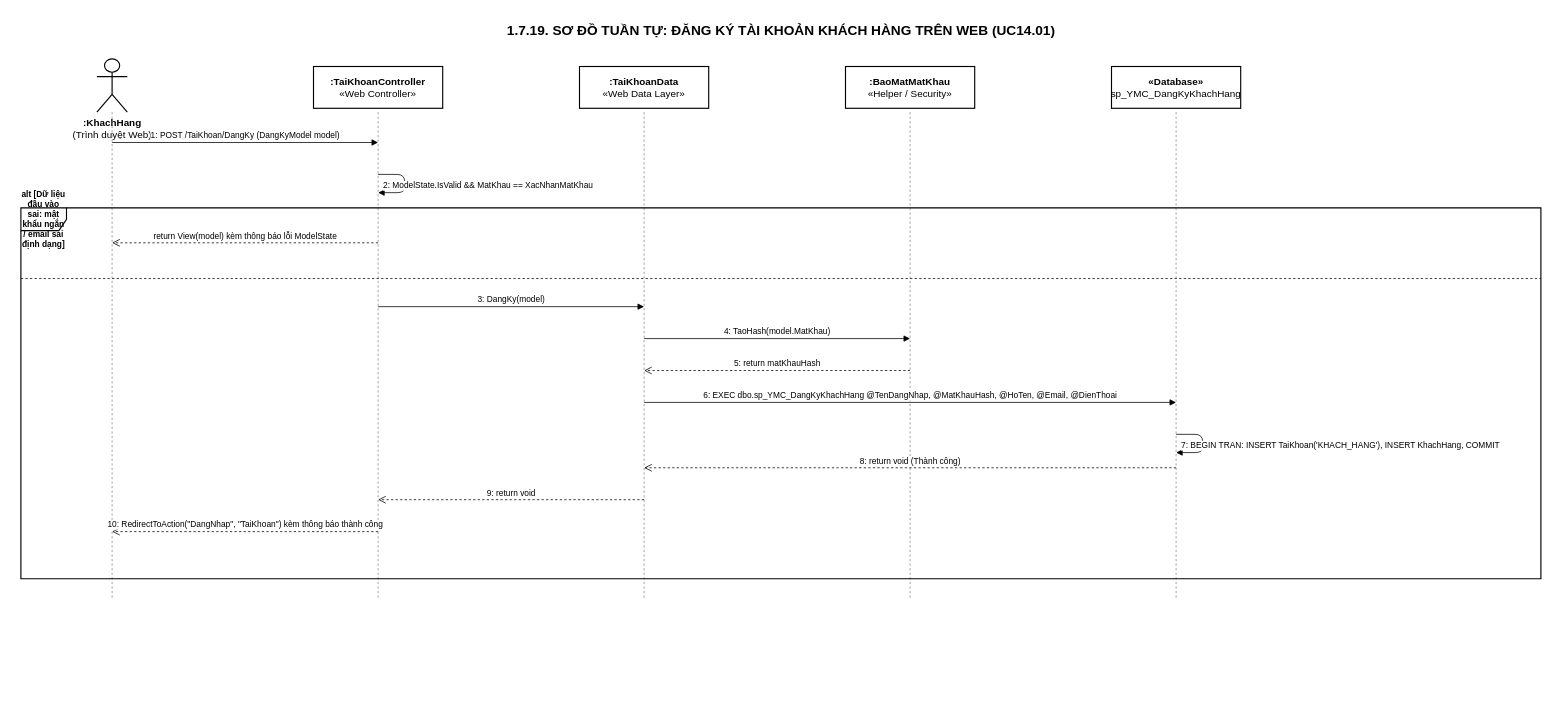
This is Docs/Diagrams/23-Sequence-19-DangKyWeb.drawio from ThanhDat-png/YeuMinhEmCinema, a draw.io file, before an edit. Source tidied: cells renumbered, new cells numbered last; positions are measured from the earlier drawing's top-left corner, leaving out a move shared by most shapes. Both pictures are drawn from the tidied source at 76%, with x=0, y=0 at pixel (21, 17).
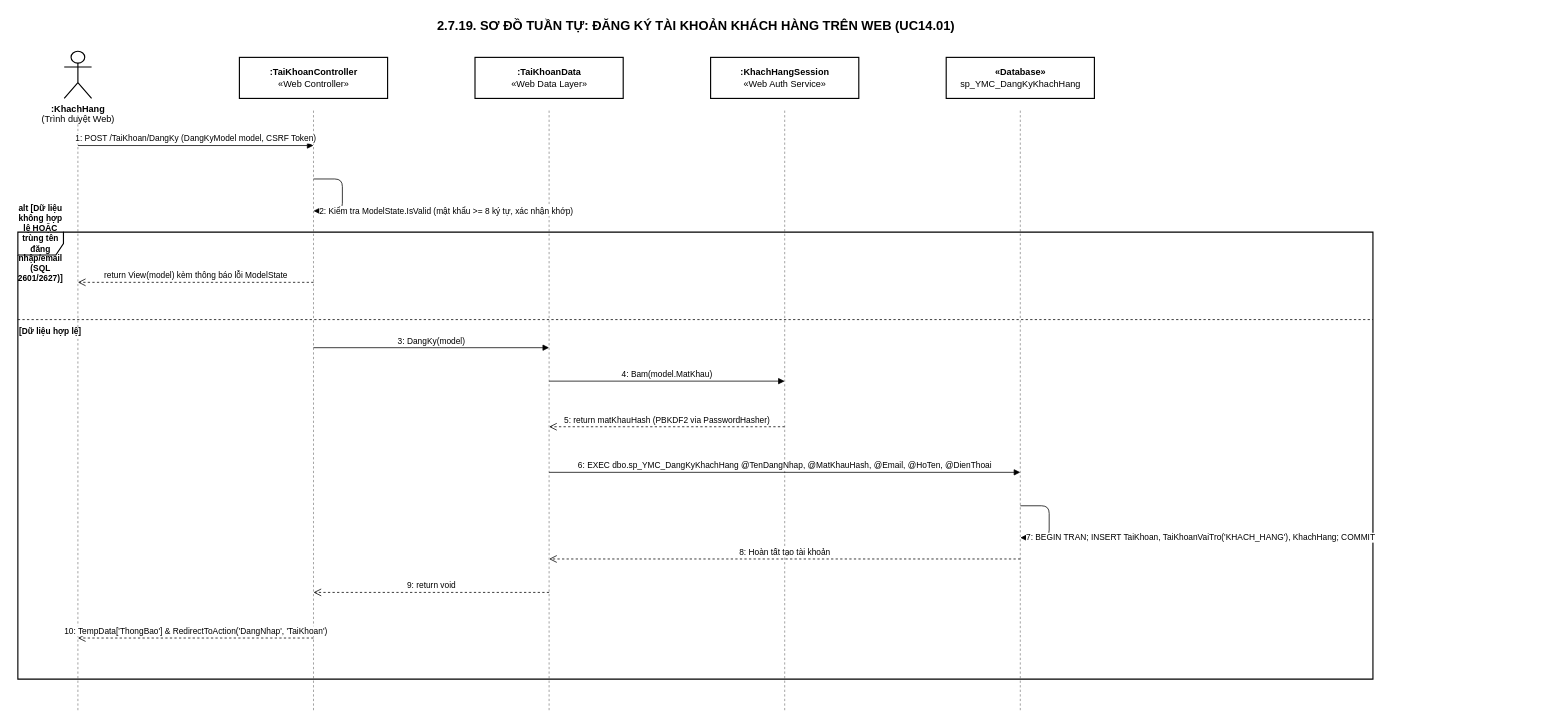
The same diagram, later.

The edit, as a diff of the source:
```diff
@@
-    <mxCell id="2" value="1.7.19. SƠ ĐỒ TUẦN TỰ: ĐĂNG KÝ TÀI KHOẢN KHÁCH HÀNG TRÊN WEB (UC14.01)" style="text;html=1;align=center;verticalAlign=middle;fontFamily=Arial;fontSize=18;fontStyle=1;fontColor=#000000;fillColor=none;strokeColor=none;" parent="1" vertex="1">
-      <mxGeometry x="10" width="1980" height="35" as="geometry" />
+    <mxCell id="2" value="2.7.19. SƠ ĐỒ TUẦN TỰ: ĐĂNG KÝ TÀI KHOẢN KHÁCH HÀNG TRÊN WEB (UC14.01)" style="text;html=1;align=center;verticalAlign=middle;fontFamily=Arial;fontSize=17;fontStyle=1;fontColor=#000000;fillColor=none;strokeColor=none;" parent="1" vertex="1">
+      <mxGeometry x="-10" y="-5" width="1795" height="34" as="geometry" />
     </mxCell>
-    <mxCell id="3" value="&lt;b&gt;:KhachHang&lt;/b&gt;&lt;br&gt;(Trình duyệt Web)" style="shape=umlActor;verticalLabelPosition=bottom;verticalAlign=top;html=1;fontFamily=Arial;fontSize=13;fontColor=#000000;strokeColor=#000000;strokeWidth=1.5;fillColor=#ffffff;" parent="1" vertex="1">
-      <mxGeometry x="100" y="55" width="40" height="70" as="geometry" />
+    <mxCell id="3" value="&lt;b&gt;:KhachHang&lt;/b&gt;&lt;br&gt;(Trình duyệt Web)" style="shape=umlActor;verticalLabelPosition=bottom;verticalAlign=top;html=1;fontFamily=Arial;fontSize=12;fontColor=#000000;strokeColor=#000000;strokeWidth=1.5;fillColor=#ffffff;" parent="1" vertex="1">
+      <mxGeometry x="57" y="45" width="36" height="62" as="geometry" />
     </mxCell>
-    <mxCell id="4" style="line;strokeWidth=1;dashed=1;labelPosition=top;verticalLabelPosition=bottom;align=center;verticalAlign=top;strokeColor=#888888;direction=south;" parent="1" vertex="1">
-      <mxGeometry x="115" y="125" width="10" height="640" as="geometry" />
-    </mxCell>
+    <mxCell id="26" style="line;strokeWidth=1;dashed=1;strokeColor=#888888;direction=south;" parent="1" vertex="1">
+      <mxGeometry x="70" y="123" width="10" height="789" as="geometry" />
+    </mxCell>
-    <mxCell id="5" value="&lt;b&gt;:TaiKhoanController&lt;/b&gt;&lt;br&gt;«Web Controller»" style="rounded=0;whiteSpace=wrap;html=1;fontFamily=Arial;fontSize=13;fillColor=#ffffff;strokeColor=#000000;strokeWidth=1.5;fontColor=#000000;" parent="1" vertex="1">
-      <mxGeometry x="385" y="65" width="170" height="55" as="geometry" />
+    <mxCell id="5" value="&lt;b&gt;:TaiKhoanController&lt;/b&gt;&lt;br&gt;«Web Controller»" style="rounded=0;whiteSpace=wrap;html=1;fontFamily=Arial;fontSize=12;fillColor=#ffffff;strokeColor=#000000;strokeWidth=1.5;fontColor=#000000;" parent="1" vertex="1">
+      <mxGeometry x="287.5" y="53" width="195" height="54" as="geometry" />
     </mxCell>
-    <mxCell id="6" style="line;strokeWidth=1;dashed=1;labelPosition=top;verticalLabelPosition=bottom;align=center;verticalAlign=top;strokeColor=#888888;direction=south;" parent="1" vertex="1">
-      <mxGeometry x="465" y="125" width="10" height="640" as="geometry" />
-    </mxCell>
+    <mxCell id="27" style="line;strokeWidth=1;dashed=1;strokeColor=#888888;direction=south;" parent="1" vertex="1">
+      <mxGeometry x="380" y="123" width="10" height="789" as="geometry" />
+    </mxCell>
-    <mxCell id="7" value="&lt;b&gt;:TaiKhoanData&lt;/b&gt;&lt;br&gt;«Web Data Layer»" style="rounded=0;whiteSpace=wrap;html=1;fontFamily=Arial;fontSize=13;fillColor=#ffffff;strokeColor=#000000;strokeWidth=1.5;fontColor=#000000;" parent="1" vertex="1">
-      <mxGeometry x="735" y="65" width="170" height="55" as="geometry" />
+    <mxCell id="7" value="&lt;b&gt;:TaiKhoanData&lt;/b&gt;&lt;br&gt;«Web Data Layer»" style="rounded=0;whiteSpace=wrap;html=1;fontFamily=Arial;fontSize=12;fillColor=#ffffff;strokeColor=#000000;strokeWidth=1.5;fontColor=#000000;" parent="1" vertex="1">
+      <mxGeometry x="597.5" y="53" width="195" height="54" as="geometry" />
     </mxCell>
-    <mxCell id="8" style="line;strokeWidth=1;dashed=1;labelPosition=top;verticalLabelPosition=bottom;align=center;verticalAlign=top;strokeColor=#888888;direction=south;" parent="1" vertex="1">
-      <mxGeometry x="815" y="125" width="10" height="640" as="geometry" />
-    </mxCell>
-    <mxCell id="9" value="&lt;b&gt;:BaoMatMatKhau&lt;/b&gt;&lt;br&gt;«Helper / Security»" style="rounded=0;whiteSpace=wrap;html=1;fontFamily=Arial;fontSize=13;fillColor=#ffffff;strokeColor=#000000;strokeWidth=1.5;fontColor=#000000;" parent="1" vertex="1">
-      <mxGeometry x="1085" y="65" width="170" height="55" as="geometry" />
-    </mxCell>
-    <mxCell id="10" style="line;strokeWidth=1;dashed=1;labelPosition=top;verticalLabelPosition=bottom;align=center;verticalAlign=top;strokeColor=#888888;direction=south;" parent="1" vertex="1">
-      <mxGeometry x="1165" y="125" width="10" height="640" as="geometry" />
-    </mxCell>
+    <mxCell id="28" style="line;strokeWidth=1;dashed=1;strokeColor=#888888;direction=south;" parent="1" vertex="1">
+      <mxGeometry x="690" y="123" width="10" height="789" as="geometry" />
+    </mxCell>
+    <mxCell id="29" value="&lt;b&gt;:KhachHangSession&lt;/b&gt;&lt;br&gt;«Web Auth Service»" style="rounded=0;whiteSpace=wrap;html=1;fontFamily=Arial;fontSize=12;fillColor=#ffffff;strokeColor=#000000;strokeWidth=1.5;fontColor=#000000;" parent="1" vertex="1">
+      <mxGeometry x="907.5" y="53" width="195" height="54" as="geometry" />
+    </mxCell>
+    <mxCell id="30" style="line;strokeWidth=1;dashed=1;strokeColor=#888888;direction=south;" parent="1" vertex="1">
+      <mxGeometry x="1000" y="123" width="10" height="789" as="geometry" />
+    </mxCell>
-    <mxCell id="11" value="&lt;b&gt;«Database»&lt;/b&gt;&lt;br&gt;sp_YMC_DangKyKhachHang" style="rounded=0;whiteSpace=wrap;html=1;fontFamily=Arial;fontSize=13;fillColor=#ffffff;strokeColor=#000000;strokeWidth=1.5;fontColor=#000000;" parent="1" vertex="1">
-      <mxGeometry x="1435" y="65" width="170" height="55" as="geometry" />
+    <mxCell id="11" value="&lt;b&gt;«Database»&lt;/b&gt;&lt;br&gt;sp_YMC_DangKyKhachHang" style="rounded=0;whiteSpace=wrap;html=1;fontFamily=Arial;fontSize=12;fillColor=#ffffff;strokeColor=#000000;strokeWidth=1.5;fontColor=#000000;" parent="1" vertex="1">
+      <mxGeometry x="1217.5" y="53" width="195" height="54" as="geometry" />
     </mxCell>
-    <mxCell id="12" style="line;strokeWidth=1;dashed=1;labelPosition=top;verticalLabelPosition=bottom;align=center;verticalAlign=top;strokeColor=#888888;direction=south;" parent="1" vertex="1">
-      <mxGeometry x="1515" y="125" width="10" height="640" as="geometry" />
-    </mxCell>
+    <mxCell id="31" style="line;strokeWidth=1;dashed=1;strokeColor=#888888;direction=south;" parent="1" vertex="1">
+      <mxGeometry x="1310" y="123" width="10" height="789" as="geometry" />
+    </mxCell>
+    <mxCell id="32" value="1: POST /TaiKhoan/DangKy (DangKyModel model, CSRF Token)" style="html=1;verticalAlign=bottom;endArrow=block;strokeColor=#000000;fontFamily=Arial;fontSize=11;fontColor=#000000;" parent="1" edge="1">
+      <mxGeometry relative="1" as="geometry">
+        <mxPoint x="75" y="169" as="sourcePoint" />
+        <mxPoint x="385" y="169" as="targetPoint" />
+      </mxGeometry>
+    </mxCell>
-    <mxCell id="13" value="1: POST /TaiKhoan/DangKy (DangKyModel model)" style="html=1;verticalAlign=bottom;endArrow=block;strokeColor=#000000;fontFamily=Arial;fontSize=11;fontColor=#000000;" parent="1" edge="1">
-      <mxGeometry relative="1" as="geometry">
-        <mxPoint x="120" y="165" as="sourcePoint" />
-        <mxPoint x="470" y="165" as="targetPoint" />
+    <mxCell id="13" value="2: Kiểm tra ModelState.IsValid (mật khẩu &gt;= 8 ký tự, xác nhận khớp)" style="edgeStyle=orthogonalEdgeStyle;html=1;align=left;spacingLeft=6;verticalAlign=middle;endArrow=block;strokeColor=#000000;fontFamily=Arial;fontSize=11;fontColor=#000000;" parent="1" edge="1">
+      <mxGeometry x="1" relative="1" as="geometry">
+        <mxPoint x="385" y="213" as="sourcePoint" />
+        <mxPoint x="385" y="255" as="targetPoint" />
+        <Array as="points">
+          <mxPoint x="423" y="213" />
+          <mxPoint x="423" y="255" />
+        </Array>
       </mxGeometry>
     </mxCell>
-    <mxCell id="14" value="2: ModelState.IsValid &amp;&amp; MatKhau == XacNhanMatKhau" style="edgeStyle=orthogonalEdgeStyle;html=1;align=left;spacingLeft=5;verticalAlign=bottom;endArrow=block;strokeColor=#000000;fontFamily=Arial;fontSize=11;fontColor=#000000;" parent="1" edge="1">
-      <mxGeometry x="1" relative="1" as="geometry">
-        <mxPoint x="470" y="207" as="sourcePoint" />
-        <mxPoint x="470" y="231" as="targetPoint" />
-        <Array as="points">
-          <mxPoint x="505" y="207" />
-          <mxPoint x="505" y="231" />
-        </Array>
-      </mxGeometry>
-    </mxCell>
-    <mxCell id="15" value="alt [Dữ liệu đầu vào sai: mật khẩu ngắn / email sai định dạng]" style="shape=umlFrame;whiteSpace=wrap;html=1;fontFamily=Arial;fontSize=11;fontStyle=1;fillColor=none;strokeColor=#000000;strokeWidth=1.5;fontColor=#000000;" parent="1" vertex="1">
-      <mxGeometry y="251" width="2000" height="488" as="geometry" />
-    </mxCell>
+    <mxCell id="33" value="alt [Dữ liệu không hợp lệ HOẶC trùng tên đăng nhập/email (SQL 2601/2627)]" style="shape=umlFrame;whiteSpace=wrap;html=1;fontFamily=Arial;fontSize=11;fontStyle=1;fillColor=none;strokeColor=#000000;strokeWidth=1.5;fontColor=#000000;" parent="1" vertex="1">
+      <mxGeometry x="-4" y="283" width="1783" height="588" as="geometry" />
+    </mxCell>
+    <mxCell id="34" value="[Dữ liệu hợp lệ]" style="line;strokeWidth=1;dashed=1;strokeColor=#000000;direction=east;fontFamily=Arial;fontSize=11;fontStyle=1;align=left;verticalAlign=top;" parent="1" vertex="1">
+      <mxGeometry x="-4" y="393" width="1783" height="10" as="geometry" />
+    </mxCell>
     <mxCell id="16" value="return View(model) kèm thông báo lỗi ModelState" style="html=1;verticalAlign=bottom;endArrow=open;dashed=1;endSize=8;strokeColor=#000000;fontFamily=Arial;fontSize=11;fontColor=#000000;" parent="1" edge="1">
       <mxGeometry relative="1" as="geometry">
-        <mxPoint x="470" y="297" as="sourcePoint" />
-        <mxPoint x="120" y="297" as="targetPoint" />
+        <mxPoint x="385" y="349" as="sourcePoint" />
+        <mxPoint x="75" y="349" as="targetPoint" />
       </mxGeometry>
     </mxCell>
-    <mxCell id="17" style="line;strokeWidth=1;dashed=1;strokeColor=#000000;direction=east;" parent="1" vertex="1">
-      <mxGeometry y="339" width="2000" height="10" as="geometry" />
-    </mxCell>
+    <mxCell id="35" value="3: DangKy(model)" style="html=1;verticalAlign=bottom;endArrow=block;strokeColor=#000000;fontFamily=Arial;fontSize=11;fontColor=#000000;" parent="1" edge="1">
+      <mxGeometry relative="1" as="geometry">
+        <mxPoint x="385" y="435" as="sourcePoint" />
+        <mxPoint x="695" y="435" as="targetPoint" />
+      </mxGeometry>
+    </mxCell>
-    <mxCell id="18" value="3: DangKy(model)" style="html=1;verticalAlign=bottom;endArrow=block;strokeColor=#000000;fontFamily=Arial;fontSize=11;fontColor=#000000;" parent="1" edge="1">
+    <mxCell id="18" value="4: Bam(model.MatKhau)" style="html=1;verticalAlign=bottom;endArrow=block;strokeColor=#000000;fontFamily=Arial;fontSize=11;fontColor=#000000;" parent="1" edge="1">
       <mxGeometry relative="1" as="geometry">
-        <mxPoint x="470" y="381" as="sourcePoint" />
-        <mxPoint x="820" y="381" as="targetPoint" />
+        <mxPoint x="695" y="479" as="sourcePoint" />
+        <mxPoint x="1005" y="479" as="targetPoint" />
       </mxGeometry>
     </mxCell>
-    <mxCell id="19" value="4: TaoHash(model.MatKhau)" style="html=1;verticalAlign=bottom;endArrow=block;strokeColor=#000000;fontFamily=Arial;fontSize=11;fontColor=#000000;" parent="1" edge="1">
+    <mxCell id="19" value="5: return matKhauHash (PBKDF2 via PasswordHasher)" style="html=1;verticalAlign=bottom;endArrow=open;dashed=1;endSize=8;strokeColor=#000000;fontFamily=Arial;fontSize=11;fontColor=#000000;" parent="1" edge="1">
       <mxGeometry relative="1" as="geometry">
-        <mxPoint x="820" y="423" as="sourcePoint" />
-        <mxPoint x="1170" y="423" as="targetPoint" />
+        <mxPoint x="1005" y="539" as="sourcePoint" />
+        <mxPoint x="695" y="539" as="targetPoint" />
       </mxGeometry>
     </mxCell>
-    <mxCell id="20" value="5: return matKhauHash" style="html=1;verticalAlign=bottom;endArrow=open;dashed=1;endSize=8;strokeColor=#000000;fontFamily=Arial;fontSize=11;fontColor=#000000;" parent="1" edge="1">
+    <mxCell id="20" value="6: EXEC dbo.sp_YMC_DangKyKhachHang @TenDangNhap, @MatKhauHash, @Email, @HoTen, @DienThoai" style="html=1;verticalAlign=bottom;endArrow=block;strokeColor=#000000;fontFamily=Arial;fontSize=11;fontColor=#000000;" parent="1" edge="1">
       <mxGeometry relative="1" as="geometry">
-        <mxPoint x="1170" y="465" as="sourcePoint" />
-        <mxPoint x="820" y="465" as="targetPoint" />
+        <mxPoint x="695" y="599" as="sourcePoint" />
+        <mxPoint x="1315" y="599" as="targetPoint" />
       </mxGeometry>
     </mxCell>
-    <mxCell id="21" value="6: EXEC dbo.sp_YMC_DangKyKhachHang @TenDangNhap, @MatKhauHash, @HoTen, @Email, @DienThoai" style="html=1;verticalAlign=bottom;endArrow=block;strokeColor=#000000;fontFamily=Arial;fontSize=11;fontColor=#000000;" parent="1" edge="1">
-      <mxGeometry relative="1" as="geometry">
-        <mxPoint x="820" y="507" as="sourcePoint" />
-        <mxPoint x="1520" y="507" as="targetPoint" />
+    <mxCell id="21" value="7: BEGIN TRAN; INSERT TaiKhoan, TaiKhoanVaiTro('KHACH_HANG'), KhachHang; COMMIT" style="edgeStyle=orthogonalEdgeStyle;html=1;align=left;spacingLeft=6;verticalAlign=middle;endArrow=block;strokeColor=#000000;fontFamily=Arial;fontSize=11;fontColor=#000000;" parent="1" edge="1">
+      <mxGeometry x="1" relative="1" as="geometry">
+        <mxPoint x="1315" y="643" as="sourcePoint" />
+        <mxPoint x="1315" y="685" as="targetPoint" />
+        <Array as="points">
+          <mxPoint x="1353" y="643" />
+          <mxPoint x="1353" y="685" />
+        </Array>
       </mxGeometry>
     </mxCell>
-    <mxCell id="22" value="7: BEGIN TRAN: INSERT TaiKhoan('KHACH_HANG'), INSERT KhachHang, COMMIT" style="edgeStyle=orthogonalEdgeStyle;html=1;align=left;spacingLeft=5;verticalAlign=bottom;endArrow=block;strokeColor=#000000;fontFamily=Arial;fontSize=11;fontColor=#000000;" parent="1" edge="1">
-      <mxGeometry x="1" relative="1" as="geometry">
-        <mxPoint x="1520" y="549" as="sourcePoint" />
-        <mxPoint x="1520" y="573" as="targetPoint" />
-        <Array as="points">
-          <mxPoint x="1555" y="549" />
-          <mxPoint x="1555" y="573" />
-        </Array>
+    <mxCell id="22" value="8: Hoàn tất tạo tài khoản" style="html=1;verticalAlign=bottom;endArrow=open;dashed=1;endSize=8;strokeColor=#000000;fontFamily=Arial;fontSize=11;fontColor=#000000;" parent="1" edge="1">
+      <mxGeometry relative="1" as="geometry">
+        <mxPoint x="1315" y="713" as="sourcePoint" />
+        <mxPoint x="695" y="713" as="targetPoint" />
       </mxGeometry>
     </mxCell>
-    <mxCell id="23" value="8: return void (Thành công)" style="html=1;verticalAlign=bottom;endArrow=open;dashed=1;endSize=8;strokeColor=#000000;fontFamily=Arial;fontSize=11;fontColor=#000000;" parent="1" edge="1">
+    <mxCell id="23" value="9: return void" style="html=1;verticalAlign=bottom;endArrow=open;dashed=1;endSize=8;strokeColor=#000000;fontFamily=Arial;fontSize=11;fontColor=#000000;" parent="1" edge="1">
       <mxGeometry relative="1" as="geometry">
-        <mxPoint x="1520" y="593" as="sourcePoint" />
-        <mxPoint x="820" y="593" as="targetPoint" />
+        <mxPoint x="695" y="757" as="sourcePoint" />
+        <mxPoint x="385" y="757" as="targetPoint" />
       </mxGeometry>
     </mxCell>
-    <mxCell id="24" value="9: return void" style="html=1;verticalAlign=bottom;endArrow=open;dashed=1;endSize=8;strokeColor=#000000;fontFamily=Arial;fontSize=11;fontColor=#000000;" parent="1" edge="1">
+    <mxCell id="24" value="10: TempData['ThongBao'] &amp; RedirectToAction('DangNhap', 'TaiKhoan')" style="html=1;verticalAlign=bottom;endArrow=open;dashed=1;endSize=8;strokeColor=#000000;fontFamily=Arial;fontSize=11;fontColor=#000000;" parent="1" edge="1">
       <mxGeometry relative="1" as="geometry">
-        <mxPoint x="820" y="635" as="sourcePoint" />
-        <mxPoint x="470" y="635" as="targetPoint" />
+        <mxPoint x="385" y="817" as="sourcePoint" />
+        <mxPoint x="75" y="817" as="targetPoint" />
       </mxGeometry>
     </mxCell>
-    <mxCell id="25" value="10: RedirectToAction(&quot;DangNhap&quot;, &quot;TaiKhoan&quot;) kèm thông báo thành công" style="html=1;verticalAlign=bottom;endArrow=open;dashed=1;endSize=8;strokeColor=#000000;fontFamily=Arial;fontSize=11;fontColor=#000000;" parent="1" edge="1">
-      <mxGeometry relative="1" as="geometry">
-        <mxPoint x="470" y="677" as="sourcePoint" />
-        <mxPoint x="120" y="677" as="targetPoint" />
-      </mxGeometry>
-    </mxCell>
```
